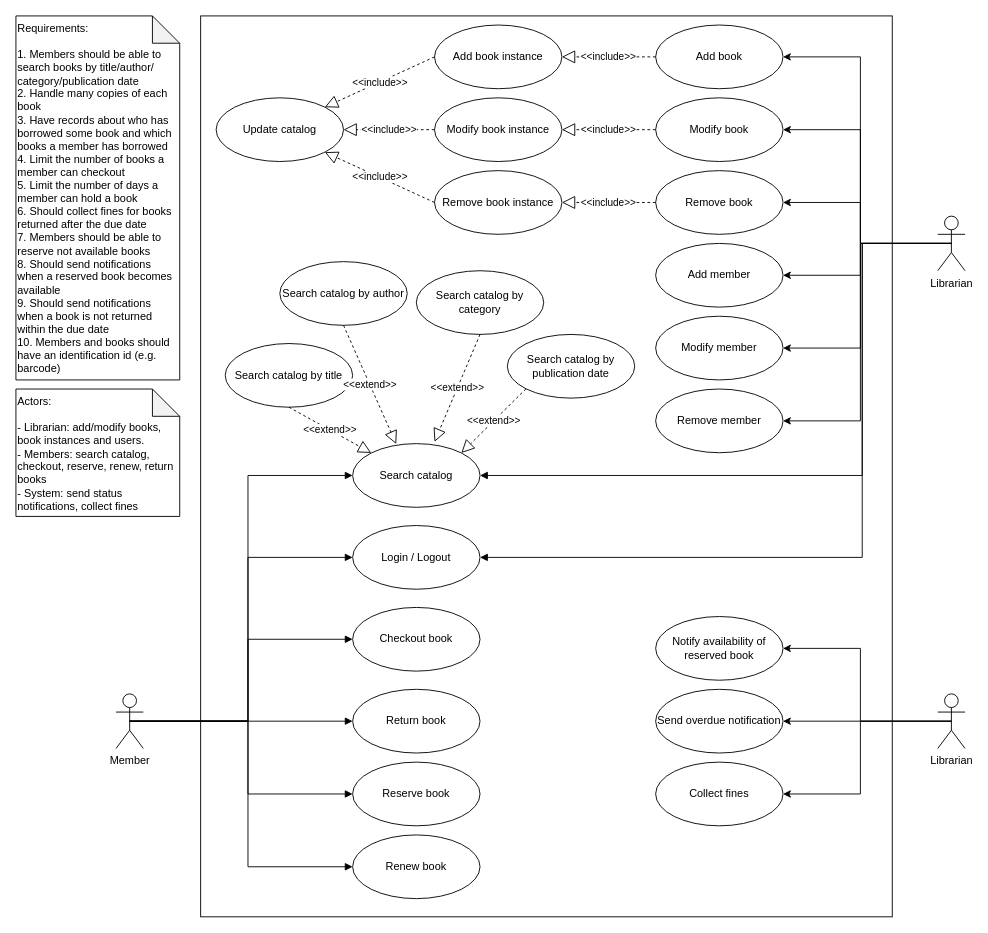
Before: page "Requirements and Use Case Diagram" (1 of 2) of ObjectOrientedDesign/LibraryManagementSystem.drawio in RenanErnest/SoftwareEngineerInterviewStudies, a draw.io diagram. Source tidied: cells renumbered, new cells numbered last; positions are measured from the earlier drawing's top-left corner, leaving out a move shared by most shapes. Both pictures are drawn from the tidied source at 91%, with x=0, y=0 at pixel (15, 15).
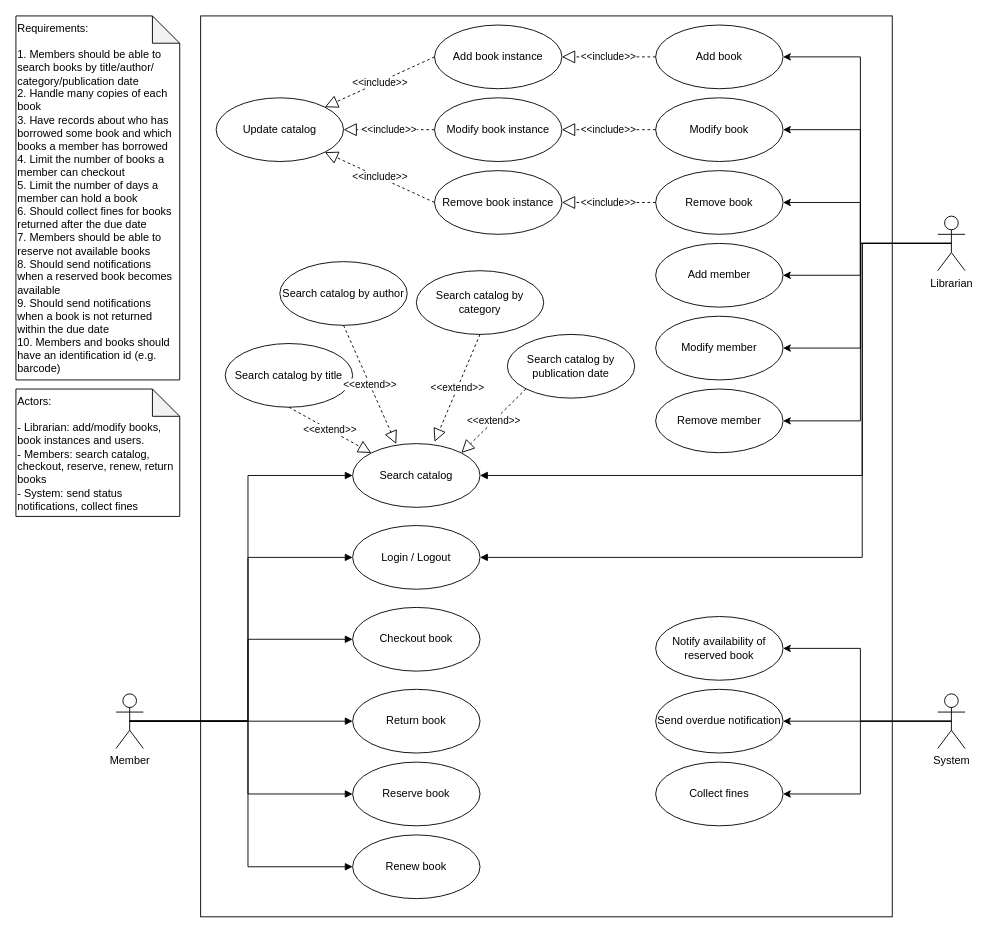
The same diagram, later.

Commit message:
Fix typo on use case diagram

What changed in the source:
```diff
@@
-    <mxCell id="29" value="Librarian" style="shape=umlActor;verticalLabelPosition=bottom;verticalAlign=top;html=1;" parent="1" vertex="1">
+    <mxCell id="29" value="System" style="shape=umlActor;verticalLabelPosition=bottom;verticalAlign=top;html=1;" parent="1" vertex="1">
       <mxGeometry x="1013" y="745" width="30" height="60" as="geometry" />
     </mxCell>
```
